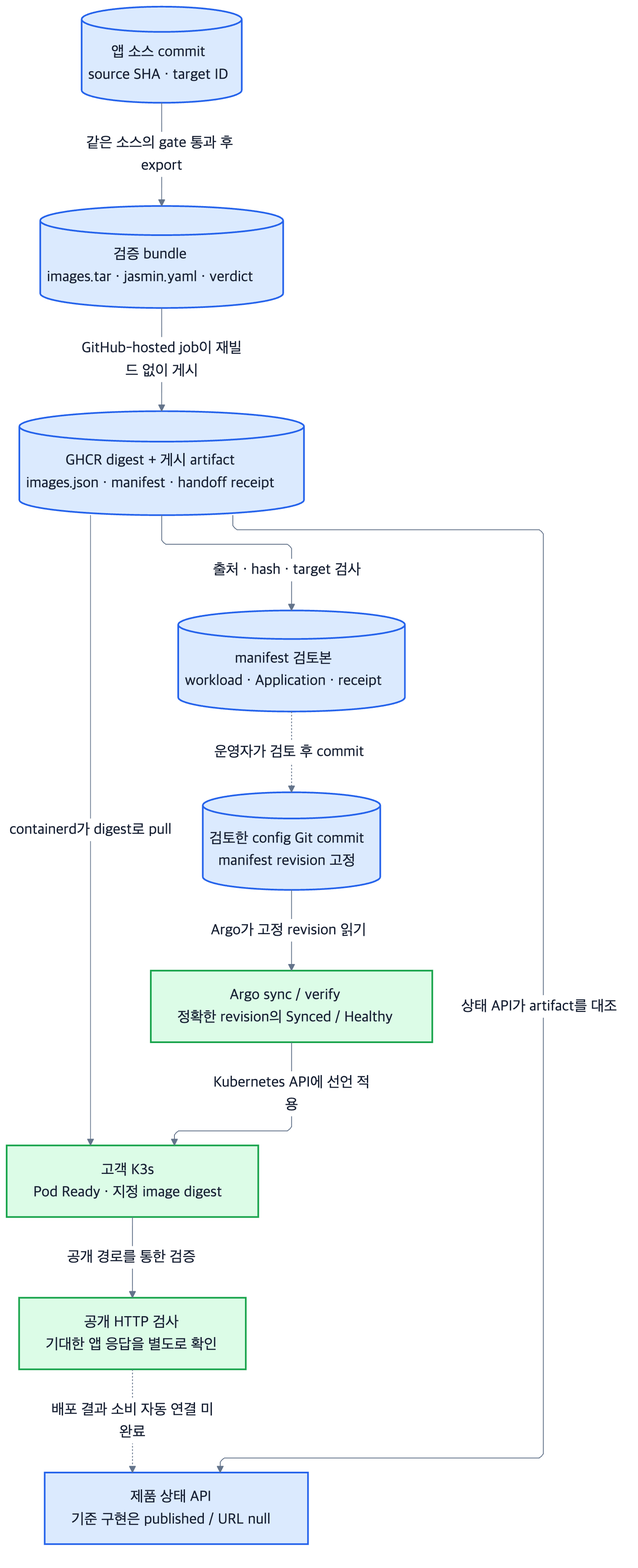
Jasmin-Softbank/Railshot keeps this Mermaid diagram as docs/architecture/diagrams/data-flow.png. Above is the earlier version. Its source is kept beside it as docs/architecture/diagrams/data-flow.mmd.
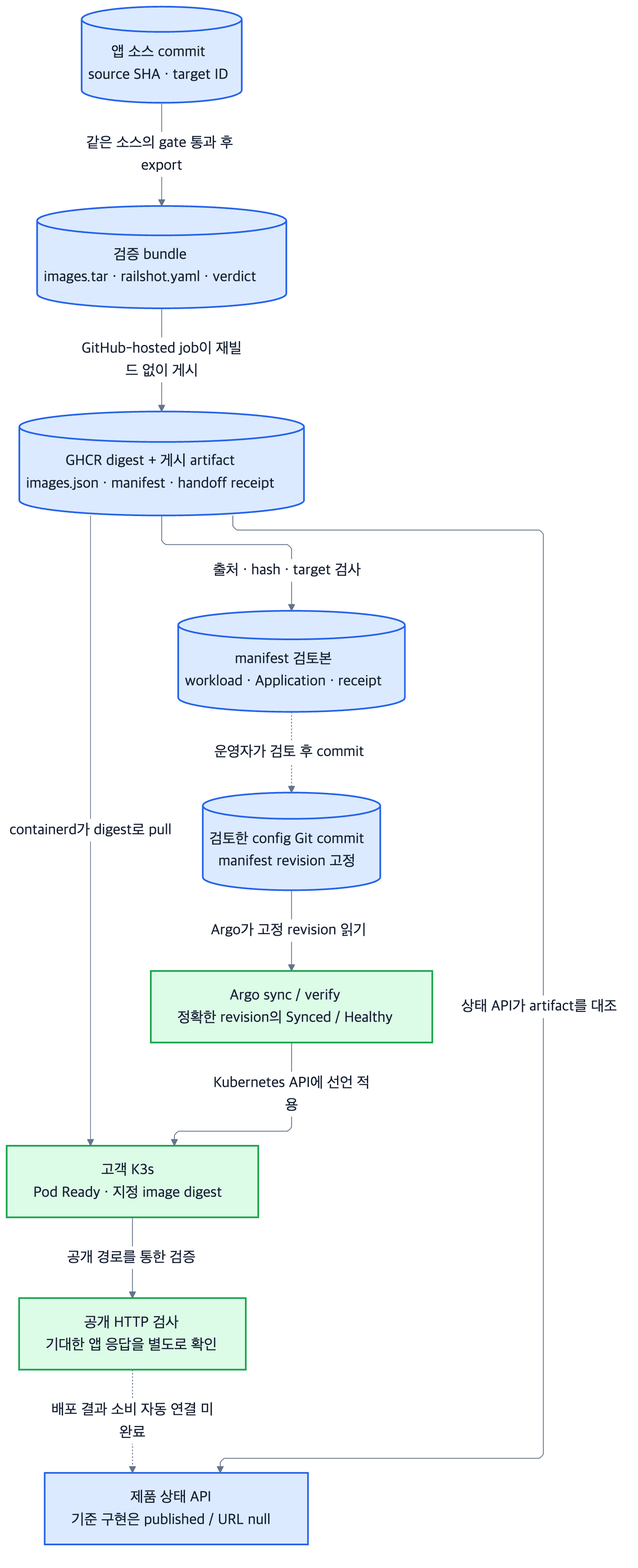
Later version of the same file.

Change to the diagram source:
```diff
@@ -1,7 +1,7 @@
 %%{init: {"theme":"base","themeVariables":{"fontFamily":"Arial, Apple SD Gothic Neo, sans-serif","fontSize":"18px","lineColor":"#64748b","primaryTextColor":"#172033","clusterBkg":"#f8fafc","clusterBorder":"#cbd5e1","edgeLabelBackground":"#ffffff"},"flowchart":{"curve":"linear","defaultRenderer":"elk","nodeSpacing":28,"rankSpacing":42,"htmlLabels":true,"wrappingWidth":340,"padding":16}}}%%
 flowchart TB
  S[("앱 소스 commit<br/>source SHA · target ID")]
- B[("검증 bundle<br/>images.tar · jasmin.yaml · verdict")]
+ B[("검증 bundle<br/>images.tar · railshot.yaml · verdict")]
  R[("GHCR digest + 게시 artifact<br/>images.json · manifest · handoff receipt")]
  M[("manifest 검토본<br/>workload · Application · receipt")]
  G[("검토한 config Git commit<br/>manifest revision 고정")]
```
